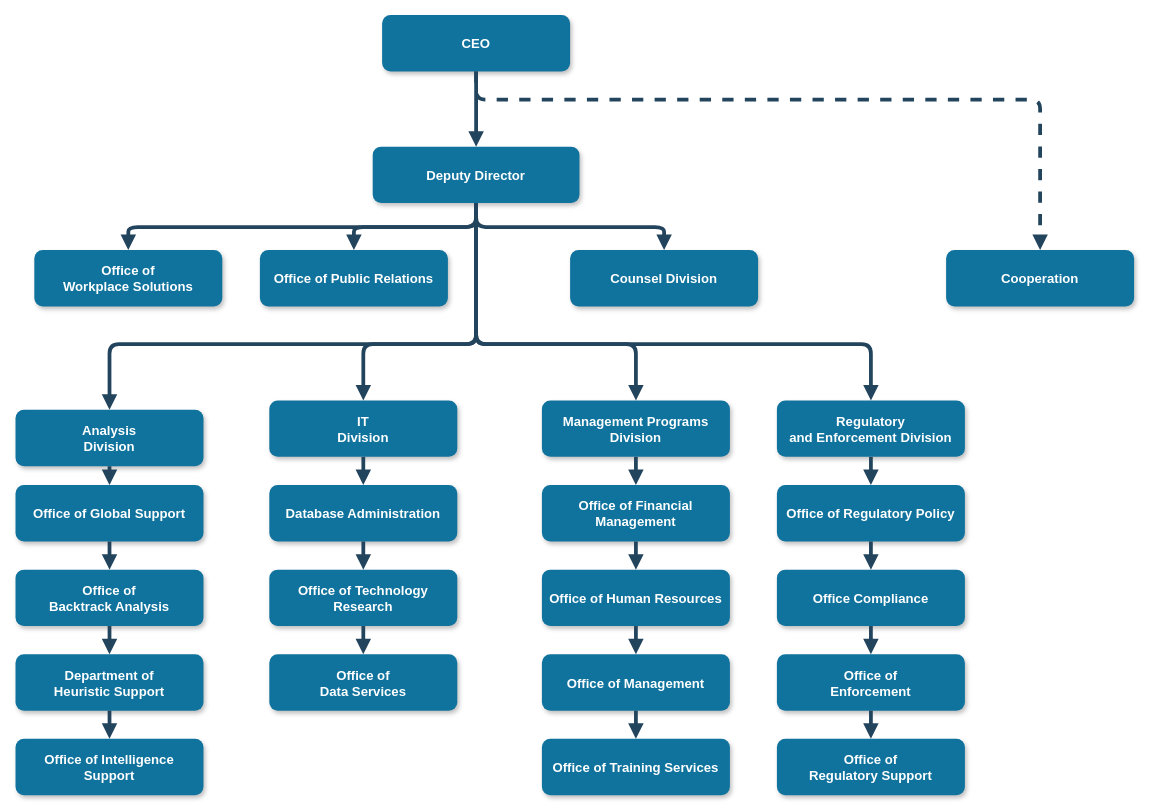
Before: Diagrama sem nome.drawio in JeffersonLinsArt/JeffersonLinsArt-QA-Teste-Automatizado-BuyCo, a draw.io diagram. Source tidied: cells renumbered, new cells numbered last; positions are measured from the earlier drawing's top-left corner, leaving out a move shared by most shapes. Both pictures are drawn from the tidied source at 94%, with x=0, y=0 at pixel (15, 15).
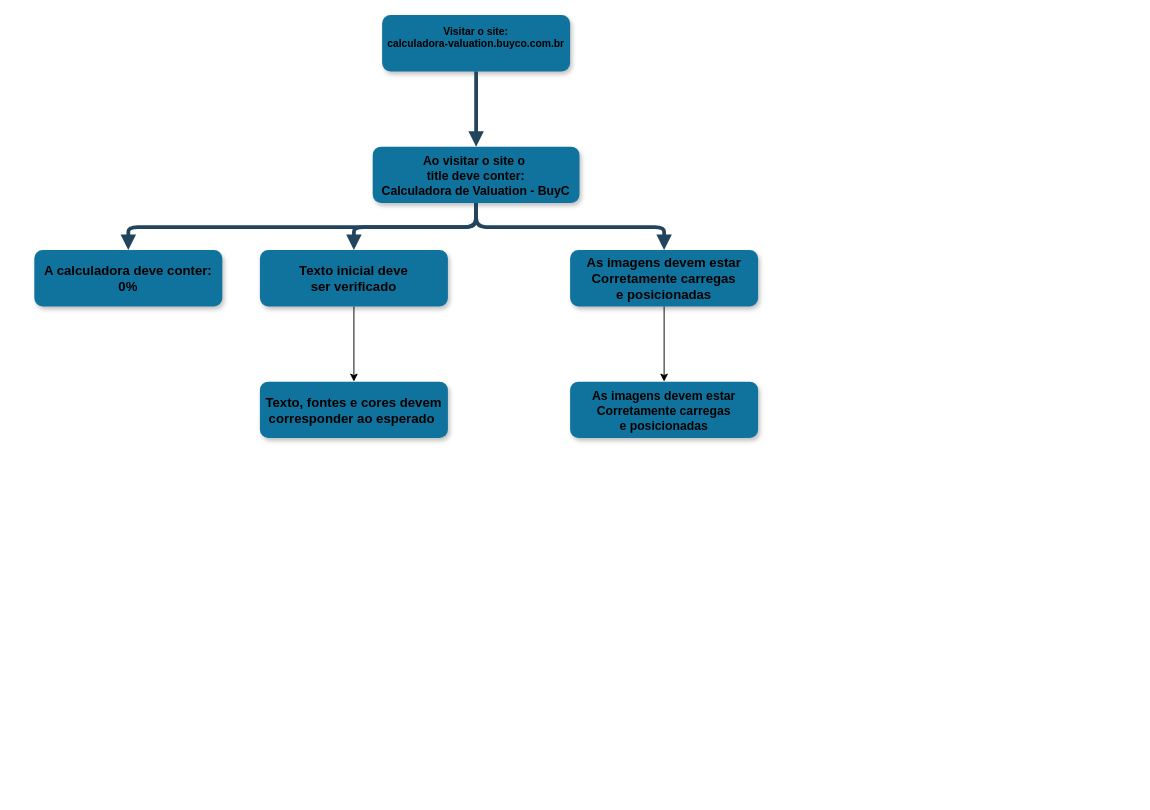
After the change.

Change to the diagram source:
```diff
@@
-    <mxCell id="2" value="CEO" style="rounded=1;fillColor=#10739E;strokeColor=none;shadow=1;gradientColor=none;fontStyle=1;fontColor=#FFFFFF;fontSize=14;" parent="1" vertex="1">
+    <mxCell id="2" value="Visitar o site:&#10;calculadora-valuation.buyco.com.br&#10;" style="rounded=1;fillColor=#10739E;strokeColor=none;shadow=1;gradientColor=none;fontStyle=1;fontColor=default;fontSize=11;labelBorderColor=none;" parent="1" vertex="1">
       <mxGeometry x="390" y="-0.5" width="200" height="60" as="geometry" />
     </mxCell>
-    <mxCell id="3" value="Deputy Director" style="rounded=1;fillColor=#10739E;strokeColor=none;shadow=1;gradientColor=none;fontStyle=1;fontColor=#FFFFFF;fontSize=14;" parent="1" vertex="1">
+    <mxCell id="3" value="Ao visitar o site o &#10;title deve conter:&#10;Calculadora de Valuation - BuyC" style="rounded=1;fillColor=#10739E;strokeColor=none;shadow=1;gradientColor=none;fontStyle=1;fontColor=default;fontSize=13;labelBorderColor=none;" parent="1" vertex="1">
       <mxGeometry x="380" y="139.5" width="220" height="60" as="geometry" />
     </mxCell>
-    <mxCell id="4" value="Office of &#10;Workplace Solutions" style="rounded=1;fillColor=#10739E;strokeColor=none;shadow=1;gradientColor=none;fontStyle=1;fontColor=#FFFFFF;fontSize=14;" parent="1" vertex="1">
+    <mxCell id="4" value="A calculadora deve conter:&#10;0%" style="rounded=1;fillColor=#10739E;strokeColor=none;shadow=1;gradientColor=none;fontStyle=1;fontColor=default;fontSize=14;labelBorderColor=none;" parent="1" vertex="1">
       <mxGeometry x="20" y="249.5" width="200" height="60" as="geometry" />
     </mxCell>
+    <mxCell id="51" style="edgeStyle=orthogonalEdgeStyle;rounded=0;jettySize=auto;html=1;labelBorderColor=none;fontColor=default;" parent="1" edge="1" source="5" target="53">
+      <mxGeometry relative="1" as="geometry" />
+    </mxCell>
-    <mxCell id="5" value="Office of Public Relations" style="rounded=1;fillColor=#10739E;strokeColor=none;shadow=1;gradientColor=none;fontStyle=1;fontColor=#FFFFFF;fontSize=14;" parent="1" vertex="1">
+    <mxCell id="5" value="Texto inicial deve&#10; ser verificado " style="rounded=1;fillColor=#10739E;strokeColor=none;shadow=1;gradientColor=none;fontStyle=1;fontColor=default;fontSize=14;labelBorderColor=none;" parent="1" vertex="1">
       <mxGeometry x="260" y="249.5" width="200" height="60" as="geometry" />
     </mxCell>
+    <mxCell id="52" style="edgeStyle=orthogonalEdgeStyle;rounded=0;jettySize=auto;html=1;labelBorderColor=none;fontColor=default;" parent="1" edge="1" source="6" target="54">
+      <mxGeometry relative="1" as="geometry" />
+    </mxCell>
-    <mxCell id="6" value="Counsel Division" style="rounded=1;fillColor=#10739E;strokeColor=none;shadow=1;gradientColor=none;fontStyle=1;fontColor=#FFFFFF;fontSize=14;" parent="1" vertex="1">
+    <mxCell id="6" value="As imagens devem estar&#10;Corretamente carregas&#10; e posicionadas " style="rounded=1;fillColor=#10739E;strokeColor=none;shadow=1;gradientColor=none;fontStyle=1;fontColor=default;fontSize=14;labelBorderColor=none;" parent="1" vertex="1">
       <mxGeometry x="590" y="249.5" width="200" height="60" as="geometry" />
     </mxCell>
-    <mxCell id="7" value="Cooperation" style="rounded=1;fillColor=#10739E;strokeColor=none;shadow=1;gradientColor=none;fontStyle=1;fontColor=#FFFFFF;fontSize=14;" parent="1" vertex="1">
-      <mxGeometry x="990" y="249.5" width="200" height="60" as="geometry" />
-    </mxCell>
-    <mxCell id="8" value="Analysis &#10;Division" style="rounded=1;fillColor=#10739E;strokeColor=none;shadow=1;gradientColor=none;fontStyle=1;fontColor=#FFFFFF;fontSize=14;" parent="1" vertex="1">
-      <mxGeometry y="419.5" width="200" height="60" as="geometry" />
-    </mxCell>
-    <mxCell id="9" value="Office of Global Support" style="rounded=1;fillColor=#10739E;strokeColor=none;shadow=1;gradientColor=none;fontStyle=1;fontColor=#FFFFFF;fontSize=14;" parent="1" vertex="1">
-      <mxGeometry y="499.5" width="200" height="60" as="geometry" />
-    </mxCell>
-    <mxCell id="10" value="Office of &#10;Backtrack Analysis" style="rounded=1;fillColor=#10739E;strokeColor=none;shadow=1;gradientColor=none;fontStyle=1;fontColor=#FFFFFF;fontSize=14;" parent="1" vertex="1">
-      <mxGeometry y="589.5" width="200" height="60" as="geometry" />
-    </mxCell>
-    <mxCell id="11" value="Department of &#10;Heuristic Support" style="rounded=1;fillColor=#10739E;strokeColor=none;shadow=1;gradientColor=none;fontStyle=1;fontColor=#FFFFFF;fontSize=14;" parent="1" vertex="1">
-      <mxGeometry y="679.5" width="200" height="60" as="geometry" />
-    </mxCell>
-    <mxCell id="12" value="Office of Intelligence &#10;Support" style="rounded=1;fillColor=#10739E;strokeColor=none;shadow=1;gradientColor=none;fontStyle=1;fontColor=#FFFFFF;fontSize=14;" parent="1" vertex="1">
-      <mxGeometry y="769.5" width="200" height="60" as="geometry" />
-    </mxCell>
-    <mxCell id="13" value="IT&#10;Division" style="rounded=1;fillColor=#10739E;strokeColor=none;shadow=1;gradientColor=none;fontStyle=1;fontColor=#FFFFFF;fontSize=14;" parent="1" vertex="1">
-      <mxGeometry x="270" y="409.5" width="200" height="60" as="geometry" />
-    </mxCell>
-    <mxCell id="14" value="Database Administration" style="rounded=1;fillColor=#10739E;strokeColor=none;shadow=1;gradientColor=none;fontStyle=1;fontColor=#FFFFFF;fontSize=14;" parent="1" vertex="1">
-      <mxGeometry x="270" y="499.5" width="200" height="60" as="geometry" />
-    </mxCell>
-    <mxCell id="15" value="Office of Technology &#10;Research" style="rounded=1;fillColor=#10739E;strokeColor=none;shadow=1;gradientColor=none;fontStyle=1;fontColor=#FFFFFF;fontSize=14;" parent="1" vertex="1">
-      <mxGeometry x="270" y="589.5" width="200" height="60" as="geometry" />
-    </mxCell>
-    <mxCell id="16" value="Office of&#10;Data Services" style="rounded=1;fillColor=#10739E;strokeColor=none;shadow=1;gradientColor=none;fontStyle=1;fontColor=#FFFFFF;fontSize=14;" parent="1" vertex="1">
-      <mxGeometry x="270" y="679.5" width="200" height="60" as="geometry" />
-    </mxCell>
-    <mxCell id="17" value="Management Programs &#10;Division" style="rounded=1;fillColor=#10739E;strokeColor=none;shadow=1;gradientColor=none;fontStyle=1;fontColor=#FFFFFF;fontSize=14;" parent="1" vertex="1">
-      <mxGeometry x="560" y="409.5" width="200" height="60" as="geometry" />
-    </mxCell>
-    <mxCell id="18" value="Office of Financial &#10;Management" style="rounded=1;fillColor=#10739E;strokeColor=none;shadow=1;gradientColor=none;fontStyle=1;fontColor=#FFFFFF;fontSize=14;" parent="1" vertex="1">
-      <mxGeometry x="560" y="499.5" width="200" height="60" as="geometry" />
-    </mxCell>
-    <mxCell id="19" value="Office of Human Resources" style="rounded=1;fillColor=#10739E;strokeColor=none;shadow=1;gradientColor=none;fontStyle=1;fontColor=#FFFFFF;fontSize=14;" parent="1" vertex="1">
-      <mxGeometry x="560" y="589.5" width="200" height="60" as="geometry" />
-    </mxCell>
-    <mxCell id="20" value="Office of Management " style="rounded=1;fillColor=#10739E;strokeColor=none;shadow=1;gradientColor=none;fontStyle=1;fontColor=#FFFFFF;fontSize=14;" parent="1" vertex="1">
-      <mxGeometry x="560" y="679.5" width="200" height="60" as="geometry" />
-    </mxCell>
-    <mxCell id="21" value="Office of Training Services" style="rounded=1;fillColor=#10739E;strokeColor=none;shadow=1;gradientColor=none;fontStyle=1;fontColor=#FFFFFF;fontSize=14;" parent="1" vertex="1">
-      <mxGeometry x="560" y="769.5" width="200" height="60" as="geometry" />
-    </mxCell>
-    <mxCell id="22" value="Regulatory &#10;and Enforcement Division" style="rounded=1;fillColor=#10739E;strokeColor=none;shadow=1;gradientColor=none;fontStyle=1;fontColor=#FFFFFF;fontSize=14;" parent="1" vertex="1">
-      <mxGeometry x="810" y="409.5" width="200" height="60" as="geometry" />
-    </mxCell>
-    <mxCell id="23" value="Office of Regulatory Policy" style="rounded=1;fillColor=#10739E;strokeColor=none;shadow=1;gradientColor=none;fontStyle=1;fontColor=#FFFFFF;fontSize=14;" parent="1" vertex="1">
-      <mxGeometry x="810" y="499.5" width="200" height="60" as="geometry" />
-    </mxCell>
-    <mxCell id="24" value="Office Compliance" style="rounded=1;fillColor=#10739E;strokeColor=none;shadow=1;gradientColor=none;fontStyle=1;fontColor=#FFFFFF;fontSize=14;" parent="1" vertex="1">
-      <mxGeometry x="810" y="589.5" width="200" height="60" as="geometry" />
-    </mxCell>
-    <mxCell id="25" value="Office of &#10;Enforcement" style="rounded=1;fillColor=#10739E;strokeColor=none;shadow=1;gradientColor=none;fontStyle=1;fontColor=#FFFFFF;fontSize=14;" parent="1" vertex="1">
-      <mxGeometry x="810" y="679.5" width="200" height="60" as="geometry" />
-    </mxCell>
-    <mxCell id="26" value="Office of&#10; Regulatory Support" style="rounded=1;fillColor=#10739E;strokeColor=none;shadow=1;gradientColor=none;fontStyle=1;fontColor=#FFFFFF;fontSize=14;" parent="1" vertex="1">
-      <mxGeometry x="810" y="769.5" width="200" height="60" as="geometry" />
-    </mxCell>
-    <mxCell id="27" style="edgeStyle=elbowEdgeStyle;elbow=vertical;strokeWidth=4;endArrow=block;endFill=1;fontStyle=1;strokeColor=#23445D;" parent="1" edge="1" source="2" target="3">
+    <mxCell id="27" style="edgeStyle=elbowEdgeStyle;elbow=vertical;strokeWidth=4;endArrow=block;endFill=1;fontStyle=1;strokeColor=#23445D;labelBorderColor=none;fontColor=default;" parent="1" edge="1" source="2" target="3">
       <mxGeometry x="22" y="165.5" as="geometry" />
     </mxCell>
-    <mxCell id="28" style="edgeStyle=elbowEdgeStyle;elbow=vertical;strokeWidth=4;endArrow=block;endFill=1;fontStyle=1;strokeColor=#23445D;" parent="1" edge="1" source="3" target="5">
+    <mxCell id="28" style="edgeStyle=elbowEdgeStyle;elbow=vertical;strokeWidth=4;endArrow=block;endFill=1;fontStyle=1;strokeColor=#23445D;labelBorderColor=none;fontColor=default;" parent="1" edge="1" source="3" target="5">
       <mxGeometry x="22" y="165.5" as="geometry" />
     </mxCell>
-    <mxCell id="29" style="edgeStyle=elbowEdgeStyle;elbow=vertical;strokeWidth=4;endArrow=block;endFill=1;fontStyle=1;strokeColor=#23445D;" parent="1" edge="1" source="3" target="4">
+    <mxCell id="29" style="edgeStyle=elbowEdgeStyle;elbow=vertical;strokeWidth=4;endArrow=block;endFill=1;fontStyle=1;strokeColor=#23445D;labelBorderColor=none;fontColor=default;" parent="1" edge="1" source="3" target="4">
       <mxGeometry x="22" y="165.5" as="geometry" />
     </mxCell>
-    <mxCell id="30" style="edgeStyle=elbowEdgeStyle;elbow=vertical;strokeWidth=4;endArrow=block;endFill=1;fontStyle=1;strokeColor=#23445D;" parent="1" edge="1" source="3" target="6">
+    <mxCell id="30" style="edgeStyle=elbowEdgeStyle;elbow=vertical;strokeWidth=4;endArrow=block;endFill=1;fontStyle=1;strokeColor=#23445D;labelBorderColor=none;fontColor=default;" parent="1" edge="1" source="3" target="6">
       <mxGeometry x="22" y="165.5" as="geometry" />
     </mxCell>
-    <mxCell id="31" style="edgeStyle=elbowEdgeStyle;elbow=vertical;strokeWidth=4;endArrow=block;endFill=1;fontStyle=1;dashed=1;strokeColor=#23445D;" parent="1" edge="1" source="2" target="7">
-      <mxGeometry x="22" y="165.5" as="geometry">
-        <Array as="points">
-          <mxPoint x="780" y="89.5" />
-        </Array>
-      </mxGeometry>
-    </mxCell>
-    <mxCell id="32" style="edgeStyle=elbowEdgeStyle;elbow=vertical;strokeWidth=4;endArrow=block;endFill=1;fontStyle=1;strokeColor=#23445D;" parent="1" edge="1" source="3" target="8">
-      <mxGeometry x="22" y="165.5" as="geometry">
-        <Array as="points">
-          <mxPoint x="270" y="349.5" />
-        </Array>
-      </mxGeometry>
-    </mxCell>
-    <mxCell id="33" style="edgeStyle=elbowEdgeStyle;elbow=vertical;strokeWidth=4;endArrow=block;endFill=1;fontStyle=1;strokeColor=#23445D;" parent="1" edge="1" source="3" target="22">
-      <mxGeometry x="22" y="165.5" as="geometry">
-        <Array as="points">
-          <mxPoint x="690" y="349.5" />
-        </Array>
-      </mxGeometry>
-    </mxCell>
-    <mxCell id="34" style="edgeStyle=elbowEdgeStyle;elbow=vertical;strokeWidth=4;endArrow=block;endFill=1;fontStyle=1;strokeColor=#23445D;" parent="1" edge="1" source="8" target="9">
-      <mxGeometry x="62" y="165.5" as="geometry" />
-    </mxCell>
-    <mxCell id="35" style="edgeStyle=elbowEdgeStyle;elbow=vertical;strokeWidth=4;endArrow=block;endFill=1;fontStyle=1;strokeColor=#23445D;" parent="1" edge="1" source="9" target="10">
-      <mxGeometry x="62" y="175.5" as="geometry" />
-    </mxCell>
-    <mxCell id="36" style="edgeStyle=elbowEdgeStyle;elbow=vertical;strokeWidth=4;endArrow=block;endFill=1;fontStyle=1;strokeColor=#23445D;" parent="1" edge="1" source="10" target="11">
-      <mxGeometry x="62" y="185.5" as="geometry" />
-    </mxCell>
-    <mxCell id="37" style="edgeStyle=elbowEdgeStyle;elbow=vertical;strokeWidth=4;endArrow=block;endFill=1;fontStyle=1;strokeColor=#23445D;" parent="1" edge="1" source="11" target="12">
-      <mxGeometry x="62" y="195.5" as="geometry" />
-    </mxCell>
-    <mxCell id="38" style="edgeStyle=elbowEdgeStyle;elbow=vertical;strokeWidth=4;endArrow=block;endFill=1;fontStyle=1;strokeColor=#23445D;" parent="1" edge="1" source="13" target="14">
-      <mxGeometry x="62" y="165.5" as="geometry" />
-    </mxCell>
-    <mxCell id="39" style="edgeStyle=elbowEdgeStyle;elbow=vertical;strokeWidth=4;endArrow=block;endFill=1;fontStyle=1;strokeColor=#23445D;" parent="1" edge="1" source="14" target="15">
-      <mxGeometry x="62" y="175.5" as="geometry" />
-    </mxCell>
-    <mxCell id="40" style="edgeStyle=elbowEdgeStyle;elbow=vertical;strokeWidth=4;endArrow=block;endFill=1;fontStyle=1;strokeColor=#23445D;" parent="1" edge="1" source="15" target="16">
-      <mxGeometry x="62" y="185.5" as="geometry" />
-    </mxCell>
-    <mxCell id="41" style="edgeStyle=elbowEdgeStyle;elbow=vertical;strokeWidth=4;endArrow=block;endFill=1;fontStyle=1;strokeColor=#23445D;" parent="1" edge="1" source="17" target="18">
-      <mxGeometry x="72" y="165.5" as="geometry" />
-    </mxCell>
-    <mxCell id="42" style="edgeStyle=elbowEdgeStyle;elbow=vertical;strokeWidth=4;endArrow=block;endFill=1;fontStyle=1;strokeColor=#23445D;" parent="1" edge="1" source="18" target="19">
-      <mxGeometry x="72" y="175.5" as="geometry" />
-    </mxCell>
-    <mxCell id="43" style="edgeStyle=elbowEdgeStyle;elbow=vertical;strokeWidth=4;endArrow=block;endFill=1;fontStyle=1;strokeColor=#23445D;" parent="1" edge="1" source="19" target="20">
-      <mxGeometry x="72" y="185.5" as="geometry" />
-    </mxCell>
-    <mxCell id="44" style="edgeStyle=elbowEdgeStyle;elbow=vertical;strokeWidth=4;endArrow=block;endFill=1;fontStyle=1;strokeColor=#23445D;" parent="1" edge="1" source="20" target="21">
-      <mxGeometry x="72" y="195.5" as="geometry" />
-    </mxCell>
-    <mxCell id="45" style="edgeStyle=elbowEdgeStyle;elbow=vertical;strokeWidth=4;endArrow=block;endFill=1;fontStyle=1;strokeColor=#23445D;" parent="1" edge="1" source="22" target="23">
-      <mxGeometry x="72" y="165.5" as="geometry" />
-    </mxCell>
-    <mxCell id="46" style="edgeStyle=elbowEdgeStyle;elbow=vertical;strokeWidth=4;endArrow=block;endFill=1;fontStyle=1;strokeColor=#23445D;" parent="1" edge="1" source="23" target="24">
-      <mxGeometry x="72" y="175.5" as="geometry" />
-    </mxCell>
-    <mxCell id="47" style="edgeStyle=elbowEdgeStyle;elbow=vertical;strokeWidth=4;endArrow=block;endFill=1;fontStyle=1;strokeColor=#23445D;" parent="1" edge="1" source="24" target="25">
-      <mxGeometry x="72" y="185.5" as="geometry" />
-    </mxCell>
-    <mxCell id="48" style="edgeStyle=elbowEdgeStyle;elbow=vertical;strokeWidth=4;endArrow=block;endFill=1;fontStyle=1;strokeColor=#23445D;" parent="1" edge="1" source="25" target="26">
-      <mxGeometry x="72" y="195.5" as="geometry" />
-    </mxCell>
-    <mxCell id="49" style="edgeStyle=elbowEdgeStyle;elbow=vertical;strokeWidth=4;endArrow=block;endFill=1;fontStyle=1;strokeColor=#23445D;" parent="1" edge="1" source="3" target="13">
-      <mxGeometry x="22" y="165.5" as="geometry">
-        <Array as="points">
-          <mxPoint x="370" y="349.5" />
-        </Array>
-      </mxGeometry>
-    </mxCell>
-    <mxCell id="50" style="edgeStyle=elbowEdgeStyle;elbow=vertical;strokeWidth=4;endArrow=block;endFill=1;fontStyle=1;strokeColor=#23445D;" parent="1" edge="1" source="3" target="17">
-      <mxGeometry x="22" y="165.5" as="geometry">
-        <Array as="points">
-          <mxPoint x="660" y="349.5" />
-        </Array>
-      </mxGeometry>
-    </mxCell>
+    <mxCell id="53" value="Texto, fontes e cores devem&#10;corresponder ao esperado " style="rounded=1;fillColor=#10739E;strokeColor=none;shadow=1;gradientColor=none;fontStyle=1;fontColor=default;fontSize=14;labelBorderColor=none;" parent="1" vertex="1">
+      <mxGeometry x="260" y="389.5" width="200" height="60" as="geometry" />
+    </mxCell>
+    <mxCell id="54" value="As imagens devem estar&#10;Corretamente carregas&#10; e posicionadas " style="rounded=1;fillColor=#10739E;strokeColor=none;shadow=1;gradientColor=none;fontStyle=1;fontColor=default;fontSize=13;labelBorderColor=none;" parent="1" vertex="1">
+      <mxGeometry x="590" y="389.5" width="200" height="60" as="geometry" />
+    </mxCell>
```
